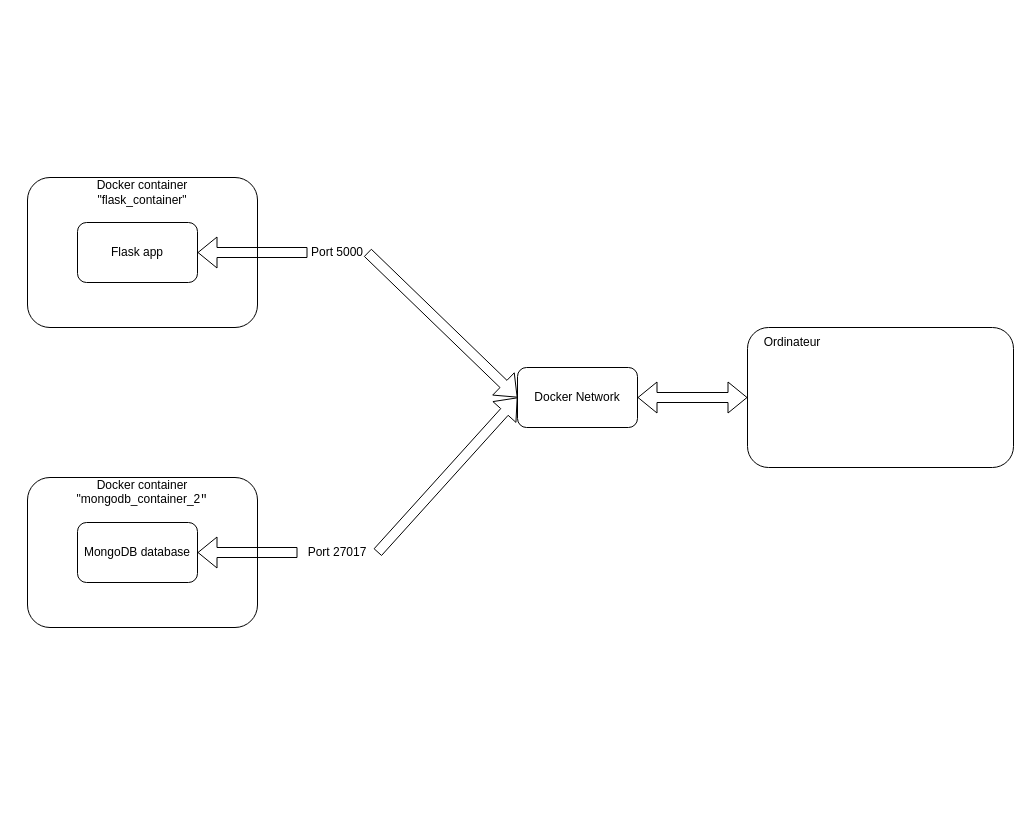
The draw.io diagram diagram_NET.drawio in ComplexNetTSP/kubernetes-AArbey, before the edit. Source tidied: cells renumbered, new cells numbered last; positions are measured from the earlier drawing's top-left corner, leaving out a move shared by most shapes. Both pictures are drawn from the tidied source at 100%, with x=0, y=0 at pixel (27, 177).
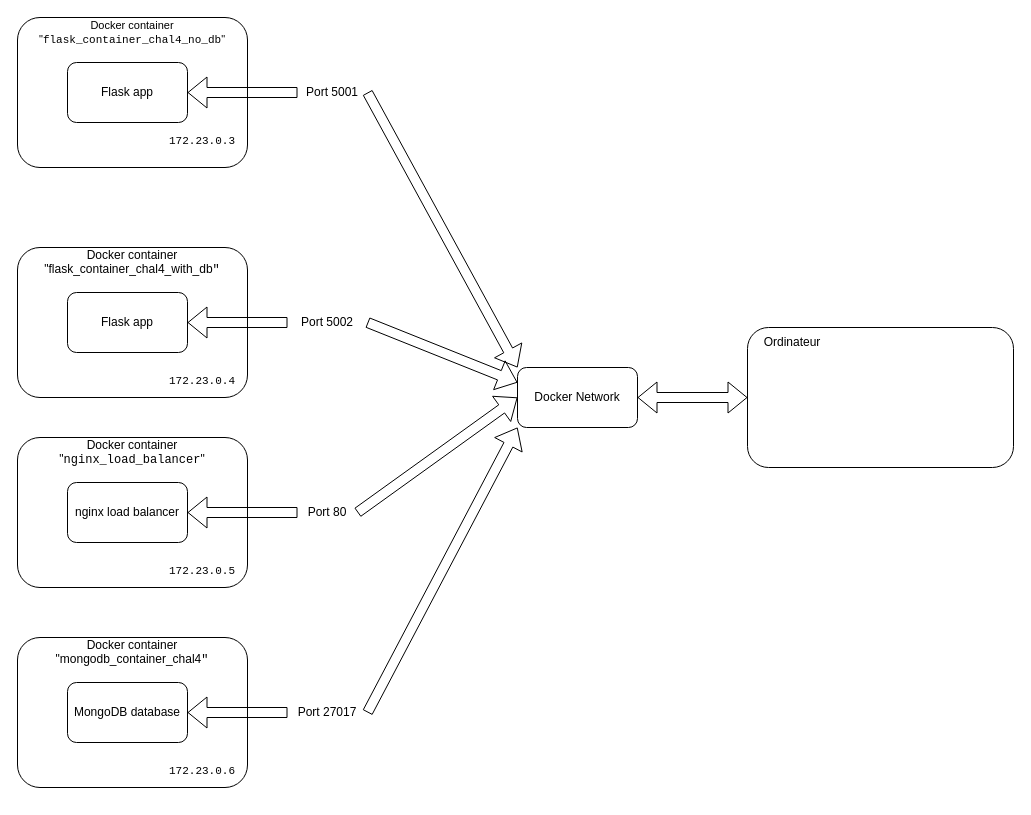
Above is the later version.

Commit message (it also covers changes not shown here):
updated diagram for chal6

Unchanged cells that the change refers to:
```xml
<mxCell id="13" value="Docker Network" style="rounded=1;whiteSpace=wrap;html=1;" parent="1" vertex="1">
  <mxGeometry x="490" y="190" width="120" height="60" as="geometry" />
</mxCell>
```

What changed in the source:
```diff
@@
     <mxCell id="2" style="rounded=1;whiteSpace=wrap;html=1;" parent="1" vertex="1">
-      <mxGeometry width="230" height="150" as="geometry" />
+      <mxGeometry x="-10" y="-160" width="230" height="150" as="geometry" />
     </mxCell>
-    <mxCell id="3" value="Docker container&lt;br&gt;&quot;flask_container&lt;span style=&quot;background-color: initial;&quot;&gt;&quot;&lt;/span&gt;" style="text;html=1;strokeColor=none;fillColor=none;align=center;verticalAlign=middle;whiteSpace=wrap;rounded=0;" parent="1" vertex="1">
-      <mxGeometry x="60" width="110" height="30" as="geometry" />
+    <mxCell id="3" value="&lt;font style=&quot;font-size: 11px;&quot;&gt;Docker container&lt;br&gt;&quot;&lt;span style=&quot;font-family: monospace;&quot;&gt;&lt;span style=&quot;background-color: rgb(255, 255, 255);&quot;&gt;flask_container_chal4_no_db&lt;/span&gt;&lt;/span&gt;&quot;&lt;/font&gt;" style="text;html=1;strokeColor=none;fillColor=none;align=center;verticalAlign=middle;whiteSpace=wrap;rounded=0;" parent="1" vertex="1">
+      <mxGeometry x="50" y="-160" width="110" height="30" as="geometry" />
     </mxCell>
     <mxCell id="4" value="Flask app" style="rounded=1;whiteSpace=wrap;html=1;" parent="1" vertex="1">
-      <mxGeometry x="50" y="45" width="120" height="60" as="geometry" />
+      <mxGeometry x="40" y="-115" width="120" height="60" as="geometry" />
     </mxCell>
@@
-    <mxCell id="7" style="shape=flexArrow;endArrow=classic;startArrow=none;html=1;rounded=0;exitX=1;exitY=0.5;exitDx=0;exitDy=0;entryX=0;entryY=0.5;entryDx=0;entryDy=0;endSize=6;startSize=6;" parent="1" edge="1" source="8" target="13">
+    <mxCell id="7" style="shape=flexArrow;endArrow=classic;startArrow=none;html=1;rounded=0;exitX=1;exitY=0.5;exitDx=0;exitDy=0;entryX=0;entryY=0;entryDx=0;entryDy=0;endSize=6;startSize=6;" parent="1" edge="1" source="8" target="13">
       <mxGeometry relative="1" as="geometry" />
     </mxCell>
-    <mxCell id="8" value="Port 5000" style="text;html=1;strokeColor=none;fillColor=none;align=center;verticalAlign=middle;whiteSpace=wrap;rounded=0;" parent="1" vertex="1">
-      <mxGeometry x="280" y="60" width="60" height="30" as="geometry" />
+    <mxCell id="8" value="Port 5001" style="text;html=1;strokeColor=none;fillColor=none;align=center;verticalAlign=middle;whiteSpace=wrap;rounded=0;" parent="1" vertex="1">
+      <mxGeometry x="270" y="-100" width="70" height="30" as="geometry" />
     </mxCell>
@@
     <mxCell id="10" style="rounded=1;whiteSpace=wrap;html=1;" parent="1" vertex="1">
-      <mxGeometry y="300" width="230" height="150" as="geometry" />
+      <mxGeometry x="-10" y="70" width="230" height="150" as="geometry" />
     </mxCell>
-    <mxCell id="11" value="MongoDB database" style="rounded=1;whiteSpace=wrap;html=1;" parent="1" vertex="1">
-      <mxGeometry x="50" y="345" width="120" height="60" as="geometry" />
+    <mxCell id="11" value="Flask app" style="rounded=1;whiteSpace=wrap;html=1;" parent="1" vertex="1">
+      <mxGeometry x="40" y="115" width="120" height="60" as="geometry" />
     </mxCell>
-    <mxCell id="12" value="Docker container &quot;mongodb_container_2&lt;span style=&quot;font-family:monospace&quot;&gt;&lt;span style=&quot;background-color: rgb(255, 255, 255);&quot;&gt;&quot;&lt;/span&gt;&lt;br&gt;&lt;/span&gt;" style="text;html=1;strokeColor=none;fillColor=none;align=center;verticalAlign=middle;whiteSpace=wrap;rounded=0;" parent="1" vertex="1">
-      <mxGeometry x="35" y="300" width="160" height="30" as="geometry" />
+    <mxCell id="12" value="Docker container &quot;flask_container_chal4_with_db&lt;span style=&quot;font-family:monospace&quot;&gt;&lt;span style=&quot;background-color: rgb(255, 255, 255);&quot;&gt;&quot;&lt;/span&gt;&lt;br&gt;&lt;/span&gt;" style="text;html=1;strokeColor=none;fillColor=none;align=center;verticalAlign=middle;whiteSpace=wrap;rounded=0;" parent="1" vertex="1">
+      <mxGeometry x="25" y="70" width="160" height="30" as="geometry" />
     </mxCell>
@@
-    <mxCell id="14" style="shape=flexArrow;endArrow=classic;startArrow=none;html=1;rounded=0;exitX=1;exitY=0.5;exitDx=0;exitDy=0;entryX=0;entryY=0.5;entryDx=0;entryDy=0;" parent="1" edge="1" source="15" target="13">
+    <mxCell id="14" style="shape=flexArrow;endArrow=classic;startArrow=none;html=1;rounded=0;exitX=1;exitY=0.5;exitDx=0;exitDy=0;entryX=0;entryY=0.25;entryDx=0;entryDy=0;" parent="1" edge="1" source="15" target="13">
       <mxGeometry relative="1" as="geometry" />
     </mxCell>
-    <mxCell id="15" value="Port 27017" style="text;html=1;strokeColor=none;fillColor=none;align=center;verticalAlign=middle;whiteSpace=wrap;rounded=0;" parent="1" vertex="1">
-      <mxGeometry x="270" y="360" width="80" height="30" as="geometry" />
+    <mxCell id="15" value="Port 5002" style="text;html=1;strokeColor=none;fillColor=none;align=center;verticalAlign=middle;whiteSpace=wrap;rounded=0;" parent="1" vertex="1">
+      <mxGeometry x="260" y="130" width="80" height="30" as="geometry" />
     </mxCell>
@@
+    <mxCell id="18" style="rounded=1;whiteSpace=wrap;html=1;" parent="1" vertex="1">
+      <mxGeometry x="-10" y="260" width="230" height="150" as="geometry" />
+    </mxCell>
+    <mxCell id="19" value="Docker container&lt;br&gt;&quot;&lt;span style=&quot;font-family:monospace&quot;&gt;&lt;span style=&quot;background-color: rgb(255, 255, 255);&quot;&gt;nginx_load_balancer&lt;/span&gt;&lt;/span&gt;&lt;span style=&quot;background-color: initial;&quot;&gt;&quot;&lt;/span&gt;" style="text;html=1;strokeColor=none;fillColor=none;align=center;verticalAlign=middle;whiteSpace=wrap;rounded=0;" parent="1" vertex="1">
+      <mxGeometry x="50" y="260" width="110" height="30" as="geometry" />
+    </mxCell>
+    <mxCell id="20" value="nginx load balancer" style="rounded=1;whiteSpace=wrap;html=1;" parent="1" vertex="1">
+      <mxGeometry x="40" y="305" width="120" height="60" as="geometry" />
+    </mxCell>
+    <mxCell id="21" style="shape=flexArrow;endArrow=classic;startArrow=none;html=1;rounded=0;exitX=1;exitY=0.5;exitDx=0;exitDy=0;entryX=0;entryY=0.5;entryDx=0;entryDy=0;endSize=6;startSize=6;" parent="1" edge="1" source="22" target="13">
+      <mxGeometry relative="1" as="geometry" />
+    </mxCell>
+    <mxCell id="22" value="Port 80" style="text;html=1;strokeColor=none;fillColor=none;align=center;verticalAlign=middle;whiteSpace=wrap;rounded=0;" parent="1" vertex="1">
+      <mxGeometry x="270" y="320" width="60" height="30" as="geometry" />
+    </mxCell>
+    <mxCell id="23" style="shape=flexArrow;endArrow=none;startArrow=classic;html=1;rounded=0;exitX=1;exitY=0.5;exitDx=0;exitDy=0;entryX=0;entryY=0.5;entryDx=0;entryDy=0;" parent="1" edge="1" source="20" target="22">
+      <mxGeometry relative="1" as="geometry" />
+    </mxCell>
+    <mxCell id="24" style="rounded=1;whiteSpace=wrap;html=1;" parent="1" vertex="1">
+      <mxGeometry x="-10" y="460" width="230" height="150" as="geometry" />
+    </mxCell>
+    <mxCell id="25" value="MongoDB database" style="rounded=1;whiteSpace=wrap;html=1;" parent="1" vertex="1">
+      <mxGeometry x="40" y="505" width="120" height="60" as="geometry" />
+    </mxCell>
+    <mxCell id="26" value="Docker container &quot;mongodb_container_chal4&lt;span style=&quot;font-family:monospace&quot;&gt;&lt;span style=&quot;background-color: rgb(255, 255, 255);&quot;&gt;&quot;&lt;/span&gt;&lt;br&gt;&lt;/span&gt;" style="text;html=1;strokeColor=none;fillColor=none;align=center;verticalAlign=middle;whiteSpace=wrap;rounded=0;" parent="1" vertex="1">
+      <mxGeometry x="25" y="460" width="160" height="30" as="geometry" />
+    </mxCell>
+    <mxCell id="27" style="shape=flexArrow;endArrow=classic;startArrow=none;html=1;rounded=0;exitX=1;exitY=0.5;exitDx=0;exitDy=0;entryX=0;entryY=1;entryDx=0;entryDy=0;" parent="1" edge="1" source="28" target="13">
+      <mxGeometry relative="1" as="geometry" />
+    </mxCell>
+    <mxCell id="28" value="Port 27017" style="text;html=1;strokeColor=none;fillColor=none;align=center;verticalAlign=middle;whiteSpace=wrap;rounded=0;" parent="1" vertex="1">
+      <mxGeometry x="260" y="520" width="80" height="30" as="geometry" />
+    </mxCell>
+    <mxCell id="29" style="shape=flexArrow;endArrow=none;startArrow=classic;html=1;rounded=0;exitX=1;exitY=0.5;exitDx=0;exitDy=0;entryX=0;entryY=0.5;entryDx=0;entryDy=0;" parent="1" edge="1" source="25" target="28">
+      <mxGeometry relative="1" as="geometry" />
+    </mxCell>
+    <mxCell id="30" value="&lt;span style=&quot;font-family:monospace&quot;&gt;&lt;span style=&quot;color:#000000;background-color:#ffffff;&quot;&gt;172.23.0.3&lt;/span&gt;&lt;br&gt;&lt;/span&gt;" style="text;whiteSpace=wrap;html=1;fontSize=11;" parent="1" vertex="1">
+      <mxGeometry x="140" y="-50" width="100" height="40" as="geometry" />
+    </mxCell>
+    <mxCell id="31" value="&lt;span style=&quot;font-family:monospace&quot;&gt;&lt;span style=&quot;color:#000000;background-color:#ffffff;&quot;&gt;172.23.0.4&lt;/span&gt;&lt;br&gt;&lt;/span&gt;" style="text;whiteSpace=wrap;html=1;fontSize=11;" parent="1" vertex="1">
+      <mxGeometry x="140" y="190" width="100" height="40" as="geometry" />
+    </mxCell>
+    <mxCell id="32" value="&lt;span style=&quot;font-family:monospace&quot;&gt;&lt;span style=&quot;color:#000000;background-color:#ffffff;&quot;&gt;172.23.0.5&lt;/span&gt;&lt;br&gt;&lt;/span&gt;" style="text;whiteSpace=wrap;html=1;fontSize=11;" parent="1" vertex="1">
+      <mxGeometry x="140" y="380" width="100" height="40" as="geometry" />
+    </mxCell>
+    <mxCell id="33" value="&lt;span style=&quot;font-family:monospace&quot;&gt;&lt;span style=&quot;color:#000000;background-color:#ffffff;&quot;&gt;172.23.0.6&lt;/span&gt;&lt;br&gt;&lt;/span&gt;" style="text;whiteSpace=wrap;html=1;fontSize=11;" parent="1" vertex="1">
+      <mxGeometry x="140" y="580" width="100" height="40" as="geometry" />
+    </mxCell>
```
